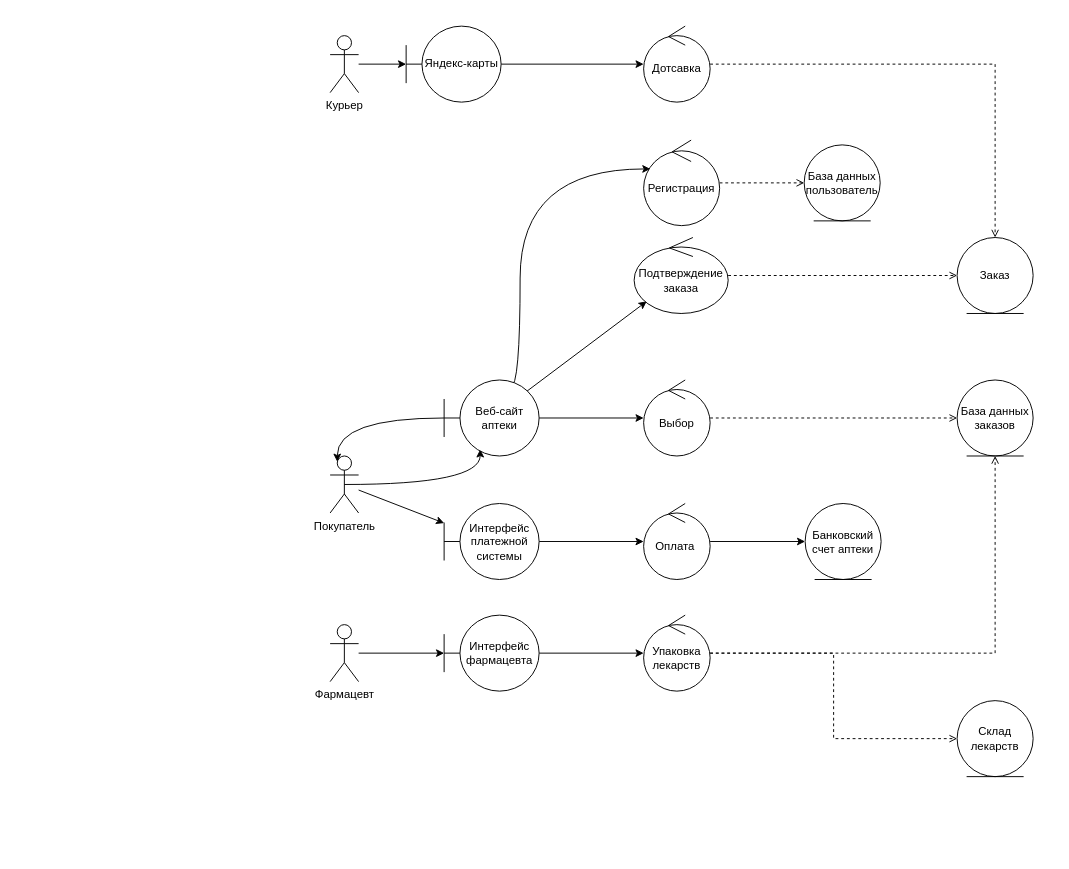
This is AKMS/Pr_3/Pr_3_2.drawio from Idontlikeni/fourth_semestr, a draw.io file, before an edit. Source tidied: cells renumbered, new cells numbered last; positions are measured from the earlier drawing's top-left corner, leaving out a move shared by most shapes. Both pictures are drawn from the tidied source at 95%, with x=0, y=0 at pixel (330, 26).
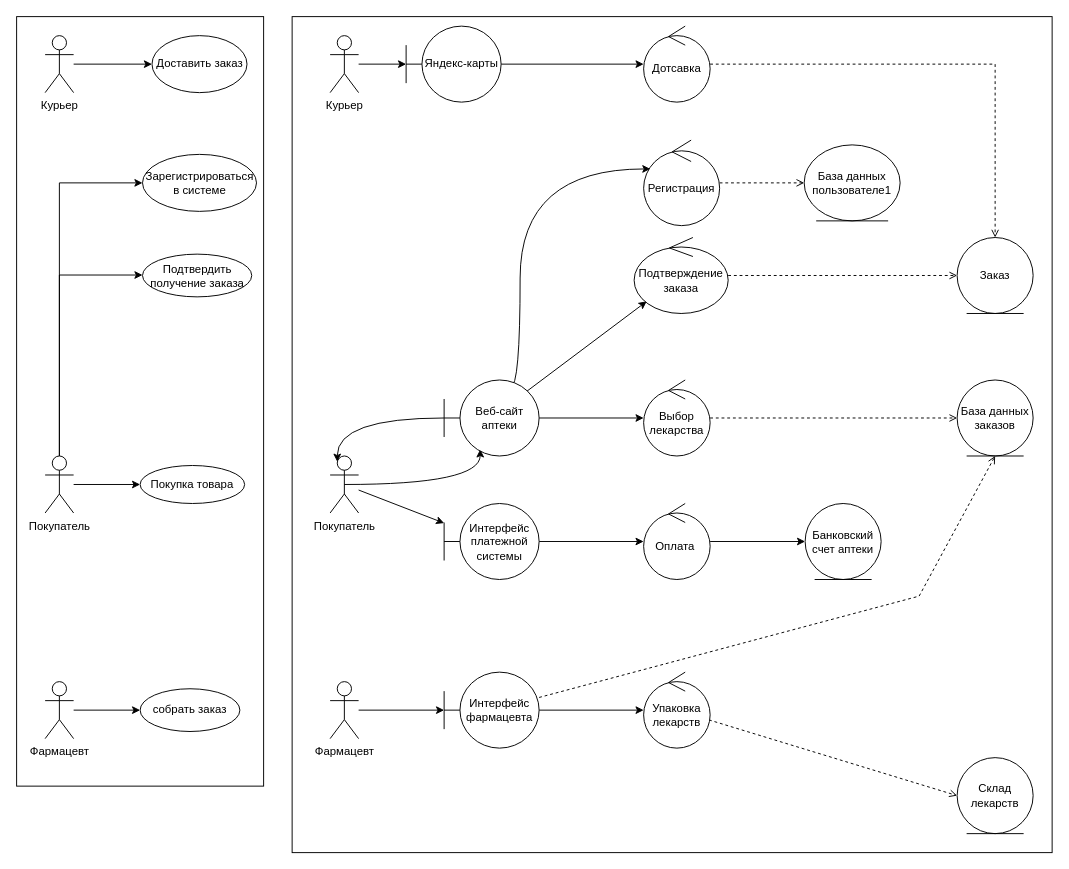
The same diagram, later.

The change refers to these unchanged cells:
```xml
<mxCell id="11" value="База данных заказов" style="ellipse;shape=umlEntity;whiteSpace=wrap;html=1;" parent="1" vertex="1">
  <mxGeometry x="660" y="372.5" width="80" height="80" as="geometry" />
</mxCell>
```

What changed in the source:
```diff
@@
-    <mxCell id="13" value="Выбор" style="ellipse;shape=umlControl;whiteSpace=wrap;html=1;" parent="1" vertex="1">
+    <mxCell id="13" value="Выбор&lt;br&gt;лекарства" style="ellipse;shape=umlControl;whiteSpace=wrap;html=1;" parent="1" vertex="1">
       <mxGeometry x="330" y="372.5" width="70" height="80" as="geometry" />
     </mxCell>
@@
     <mxCell id="16" value="Фармацевт" style="shape=umlActor;verticalLabelPosition=bottom;verticalAlign=top;html=1;outlineConnect=0;" parent="1" vertex="1">
-      <mxGeometry y="630" width="30" height="60" as="geometry" />
+      <mxGeometry y="690" width="30" height="60" as="geometry" />
     </mxCell>
@@
-    <mxCell id="31" value="База данных пользователь" style="ellipse;shape=umlEntity;whiteSpace=wrap;html=1;" parent="1" vertex="1">
-      <mxGeometry x="499" y="125" width="80" height="80" as="geometry" />
+    <mxCell id="31" value="База данных пользователе1" style="ellipse;shape=umlEntity;whiteSpace=wrap;html=1;" parent="1" vertex="1">
+      <mxGeometry x="499" y="125" width="101" height="80" as="geometry" />
     </mxCell>
@@
+    <mxCell id="38" style="rounded=0;jettySize=auto;html=1;entryX=0.5;entryY=1;entryDx=0;entryDy=0;dashed=1;endArrow=open;endFill=0;" parent="1" edge="1" source="33" target="11">
+      <mxGeometry relative="1" as="geometry">
+        <Array as="points">
+          <mxPoint x="620" y="600" />
+        </Array>
+      </mxGeometry>
+    </mxCell>
     <mxCell id="33" value="Интерфейс фармацевта" style="shape=umlBoundary;whiteSpace=wrap;html=1;" parent="1" vertex="1">
-      <mxGeometry x="120" y="620" width="100" height="80" as="geometry" />
+      <mxGeometry x="120" y="680" width="100" height="80" as="geometry" />
     </mxCell>
-    <mxCell id="34" style="edgeStyle=orthogonalEdgeStyle;rounded=0;jettySize=auto;html=1;entryX=0;entryY=0.5;entryDx=0;entryDy=0;endArrow=open;endFill=0;dashed=1;" parent="1" edge="1" source="36" target="37">
+    <mxCell id="34" style="rounded=0;jettySize=auto;html=1;entryX=0;entryY=0.5;entryDx=0;entryDy=0;endArrow=open;endFill=0;dashed=1;" parent="1" edge="1" source="36" target="37">
       <mxGeometry relative="1" as="geometry" />
     </mxCell>
-    <mxCell id="35" style="edgeStyle=orthogonalEdgeStyle;rounded=0;jettySize=auto;html=1;entryX=0.5;entryY=1;entryDx=0;entryDy=0;dashed=1;endArrow=open;endFill=0;" parent="1" edge="1" source="36" target="11">
-      <mxGeometry relative="1" as="geometry" />
-    </mxCell>
     <mxCell id="36" value="Упаковка лекарств" style="ellipse;shape=umlControl;whiteSpace=wrap;html=1;" parent="1" vertex="1">
-      <mxGeometry x="330" y="620" width="70" height="80" as="geometry" />
+      <mxGeometry x="330" y="680" width="70" height="80" as="geometry" />
     </mxCell>
     <mxCell id="37" value="Склад лекарств" style="ellipse;shape=umlEntity;whiteSpace=wrap;html=1;" parent="1" vertex="1">
-      <mxGeometry x="660" y="710" width="80" height="80" as="geometry" />
+      <mxGeometry x="660" y="770" width="80" height="80" as="geometry" />
     </mxCell>
+    <mxCell id="39" style="edgeStyle=orthogonalEdgeStyle;rounded=0;jettySize=auto;html=1;entryX=0;entryY=0.5;entryDx=0;entryDy=0;" parent="1" edge="1" source="40" target="49">
+      <mxGeometry relative="1" as="geometry" />
+    </mxCell>
+    <mxCell id="40" value="Курьер" style="shape=umlActor;verticalLabelPosition=bottom;verticalAlign=top;html=1;outlineConnect=0;" parent="1" vertex="1">
+      <mxGeometry x="-300" y="10" width="30" height="60" as="geometry" />
+    </mxCell>
+    <mxCell id="41" style="edgeStyle=orthogonalEdgeStyle;rounded=0;jettySize=auto;html=1;entryX=0;entryY=0.5;entryDx=0;entryDy=0;" parent="1" edge="1" source="44" target="47">
+      <mxGeometry relative="1" as="geometry" />
+    </mxCell>
+    <mxCell id="42" style="edgeStyle=orthogonalEdgeStyle;rounded=0;jettySize=auto;html=1;" parent="1" edge="1" source="44" target="50">
+      <mxGeometry relative="1" as="geometry">
+        <Array as="points">
+          <mxPoint x="-285" y="262" />
+        </Array>
+      </mxGeometry>
+    </mxCell>
+    <mxCell id="43" style="edgeStyle=orthogonalEdgeStyle;rounded=0;jettySize=auto;html=1;" parent="1" edge="1" source="44" target="48">
+      <mxGeometry relative="1" as="geometry">
+        <Array as="points">
+          <mxPoint x="-285" y="165" />
+        </Array>
+      </mxGeometry>
+    </mxCell>
+    <mxCell id="44" value="Покупатель" style="shape=umlActor;verticalLabelPosition=bottom;verticalAlign=top;html=1;outlineConnect=0;" parent="1" vertex="1">
+      <mxGeometry x="-300" y="452.5" width="30" height="60" as="geometry" />
+    </mxCell>
+    <mxCell id="45" style="edgeStyle=orthogonalEdgeStyle;rounded=0;jettySize=auto;html=1;entryX=0;entryY=0.5;entryDx=0;entryDy=0;" parent="1" edge="1" source="46" target="51">
+      <mxGeometry relative="1" as="geometry" />
+    </mxCell>
+    <mxCell id="46" value="Фармацевт" style="shape=umlActor;verticalLabelPosition=bottom;verticalAlign=top;html=1;outlineConnect=0;" parent="1" vertex="1">
+      <mxGeometry x="-300" y="690" width="30" height="60" as="geometry" />
+    </mxCell>
+    <mxCell id="47" value="Покупка товара" style="ellipse;whiteSpace=wrap;html=1;" parent="1" vertex="1">
+      <mxGeometry x="-200" y="462.5" width="110" height="40" as="geometry" />
+    </mxCell>
+    <mxCell id="48" value="Зарегистрироваться в системе" style="ellipse;whiteSpace=wrap;html=1;" parent="1" vertex="1">
+      <mxGeometry x="-197.5" y="135" width="120" height="60" as="geometry" />
+    </mxCell>
+    <mxCell id="49" value="Доставить заказ" style="ellipse;whiteSpace=wrap;html=1;" parent="1" vertex="1">
+      <mxGeometry x="-187.5" y="10" width="100" height="60" as="geometry" />
+    </mxCell>
+    <mxCell id="50" value="Подтвердить получение заказа" style="ellipse;whiteSpace=wrap;html=1;" parent="1" vertex="1">
+      <mxGeometry x="-197.5" y="240" width="115" height="45" as="geometry" />
+    </mxCell>
+    <mxCell id="51" value="собрать заказ" style="ellipse;whiteSpace=wrap;html=1;" parent="1" vertex="1">
+      <mxGeometry x="-200" y="697.5" width="105" height="45" as="geometry" />
+    </mxCell>
+    <mxCell id="52" style="rounded=0;whiteSpace=wrap;html=1;fillColor=none;" parent="1" vertex="1">
+      <mxGeometry x="-330" y="-10" width="260" height="810" as="geometry" />
+    </mxCell>
+    <mxCell id="53" style="rounded=0;whiteSpace=wrap;html=1;fillColor=none;" parent="1" vertex="1">
+      <mxGeometry x="-40" y="-10" width="800" height="880" as="geometry" />
+    </mxCell>
```
